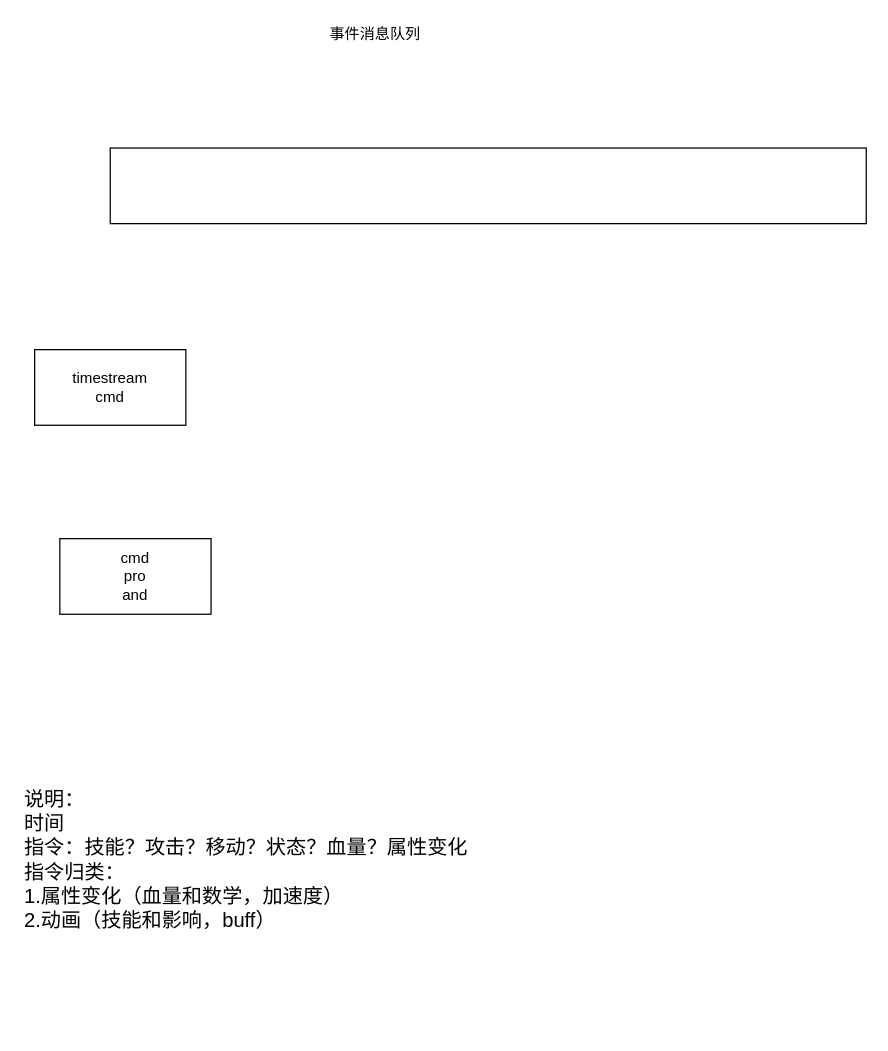
Before: page "消息队列" (8 of 8) of Untitled Diagram.drawio in 605682883/flowPhoto, a draw.io diagram. Source tidied: cells renumbered, new cells numbered last; positions are measured from the earlier drawing's top-left corner, leaving out a move shared by most shapes. Both pictures are drawn from the tidied source at 126%, with x=0, y=0 at pixel (21, 21).
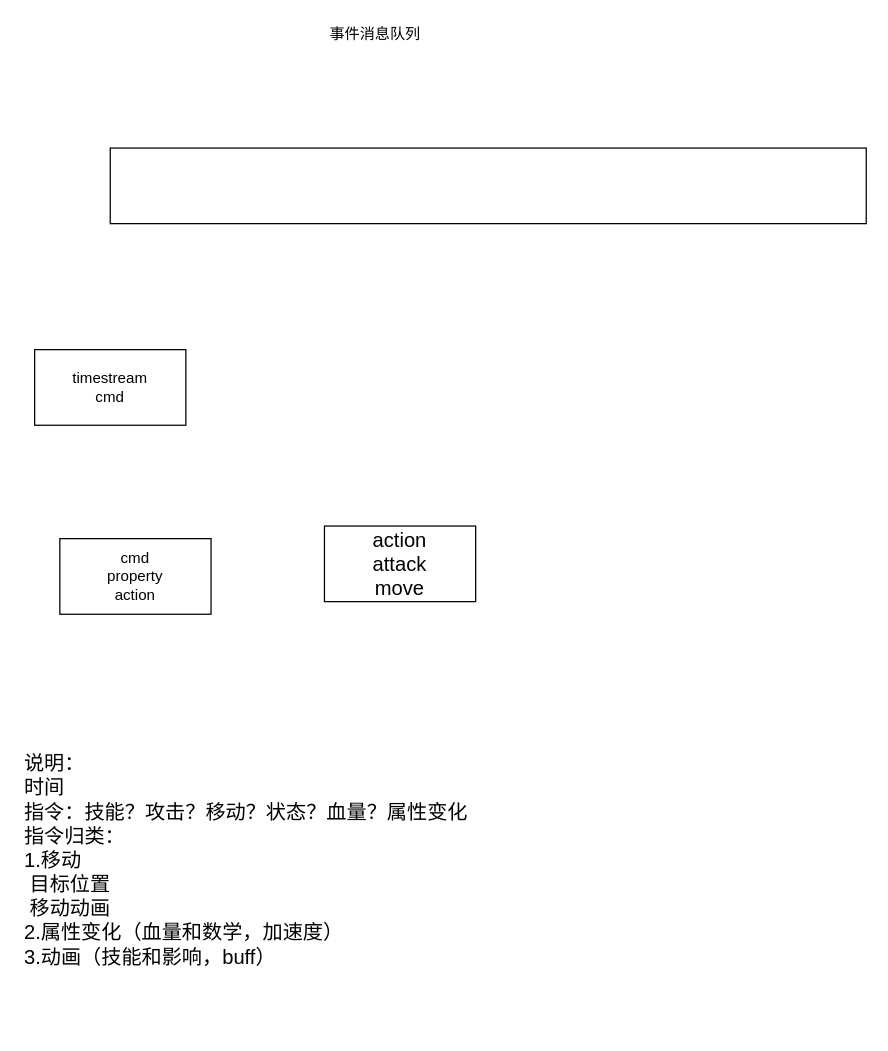
Above is the later version.

Commit message:
添加出牌规则0.1

Change to the diagram source:
```diff
@@
 <mxGraphModel>
   <root>
     <mxCell id="0" />
     <mxCell id="1" parent="0" />
     <mxCell id="2" style="rounded=0;whiteSpace=wrap;html=1;" parent="1" vertex="1">
       <mxGeometry x="70" y="100" width="600" height="60" as="geometry" />
     </mxCell>
     <mxCell id="3" value="事件消息队列" style="text;html=1;align=center;verticalAlign=middle;strokeColor=none;fillColor=none;" parent="1" vertex="1">
       <mxGeometry x="235" width="90" height="20" as="geometry" />
     </mxCell>
     <mxCell id="4" value="timestream&lt;br&gt;cmd" style="rounded=0;whiteSpace=wrap;html=1;" parent="1" vertex="1">
       <mxGeometry x="10" y="260" width="120" height="60" as="geometry" />
     </mxCell>
-    <mxCell id="5" value="cmd&lt;br&gt;pro&lt;br&gt;and" style="rounded=0;whiteSpace=wrap;html=1;" parent="1" vertex="1">
+    <mxCell id="5" value="cmd&lt;br&gt;property&lt;br&gt;action" style="rounded=0;whiteSpace=wrap;html=1;" parent="1" vertex="1">
       <mxGeometry x="30" y="410" width="120" height="60" as="geometry" />
     </mxCell>
-    <mxCell id="6" value="说明：&lt;br style=&quot;font-size: 16px;&quot;&gt;时间&lt;br style=&quot;font-size: 16px;&quot;&gt;指令：技能？攻击？移动？状态？血量？属性变化&lt;br style=&quot;font-size: 16px;&quot;&gt;指令归类：&lt;br style=&quot;font-size: 16px;&quot;&gt;1.属性变化（血量和数学，加速度）&lt;br style=&quot;font-size: 16px;&quot;&gt;2.动画（技能和影响，buff）" style="text;html=1;strokeColor=none;fillColor=none;align=left;verticalAlign=middle;whiteSpace=wrap;rounded=0;fontSize=16;" parent="1" vertex="1">
+    <mxCell id="6" value="说明：&lt;br style=&quot;font-size: 16px&quot;&gt;时间&lt;br style=&quot;font-size: 16px&quot;&gt;指令：技能？攻击？移动？状态？血量？属性变化&lt;br style=&quot;font-size: 16px&quot;&gt;指令归类：&lt;br style=&quot;font-size: 16px&quot;&gt;1.移动&lt;br&gt;&lt;span style=&quot;white-space: pre&quot;&gt; &lt;/span&gt;目标位置&lt;br&gt;&lt;span style=&quot;white-space: pre&quot;&gt; &lt;/span&gt;移动动画&lt;br&gt;2.属性变化（血量和数学，加速度）&lt;br style=&quot;font-size: 16px&quot;&gt;3.动画（技能和影响，buff）&lt;br&gt;" style="text;html=1;strokeColor=none;fillColor=none;align=left;verticalAlign=middle;whiteSpace=wrap;rounded=0;fontSize=16;" parent="1" vertex="1">
       <mxGeometry y="530" width="410" height="270" as="geometry" />
     </mxCell>
+    <mxCell id="7" value="action&lt;br&gt;attack&lt;br&gt;move" style="whiteSpace=wrap;html=1;fontSize=16;" parent="1" vertex="1">
+      <mxGeometry x="240" y="400" width="120" height="60" as="geometry" />
+    </mxCell>
   </root>
 </mxGraphModel>
```
